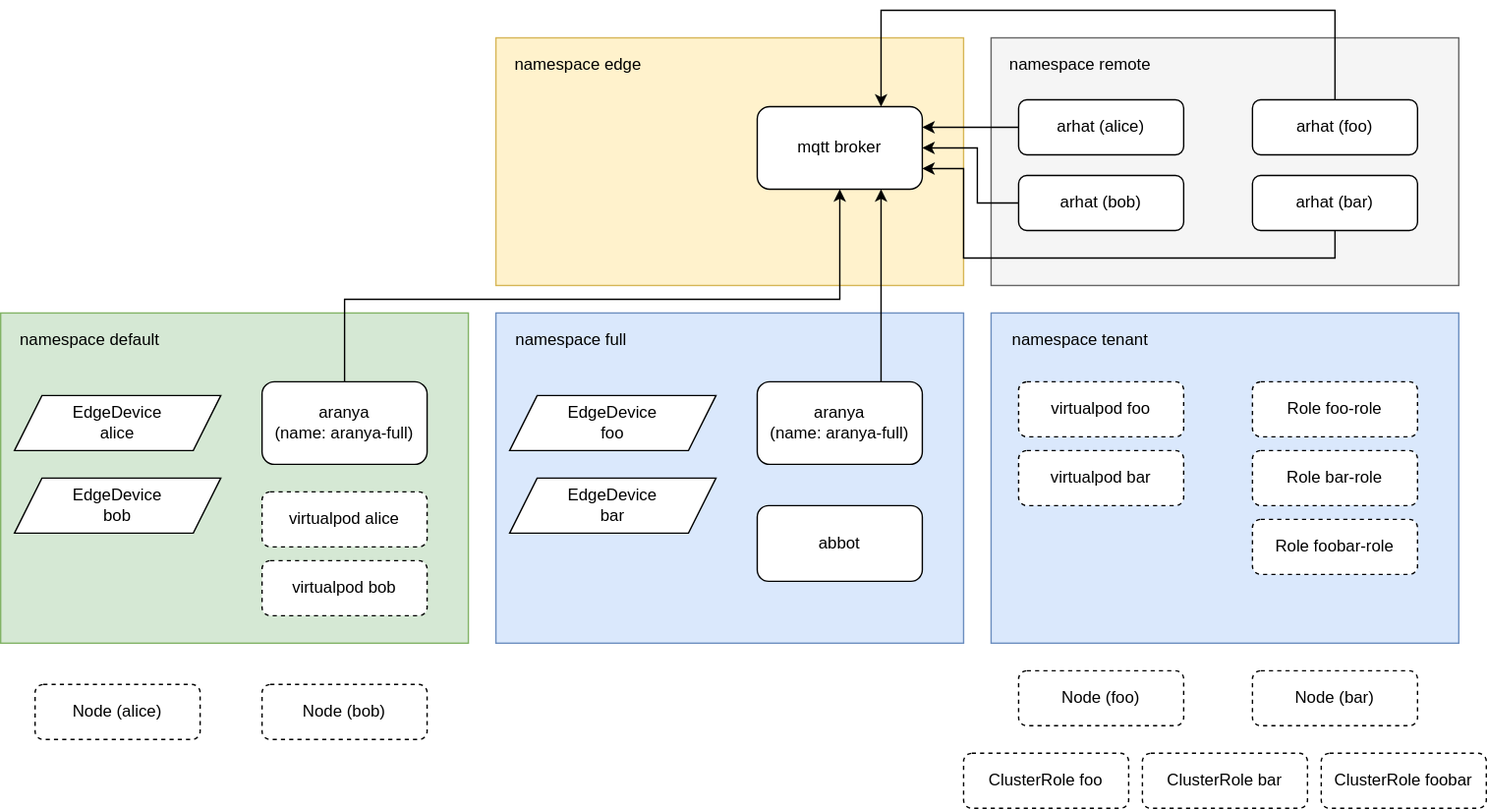
arhat-dev/aranya keeps this draw.io diagram as docs/images/e2e-setup.svg. Above is the earlier version. Source tidied: cells renumbered, new cells last; positions are measured from the earlier drawing's top-left corner, leaving out a move shared by most shapes.
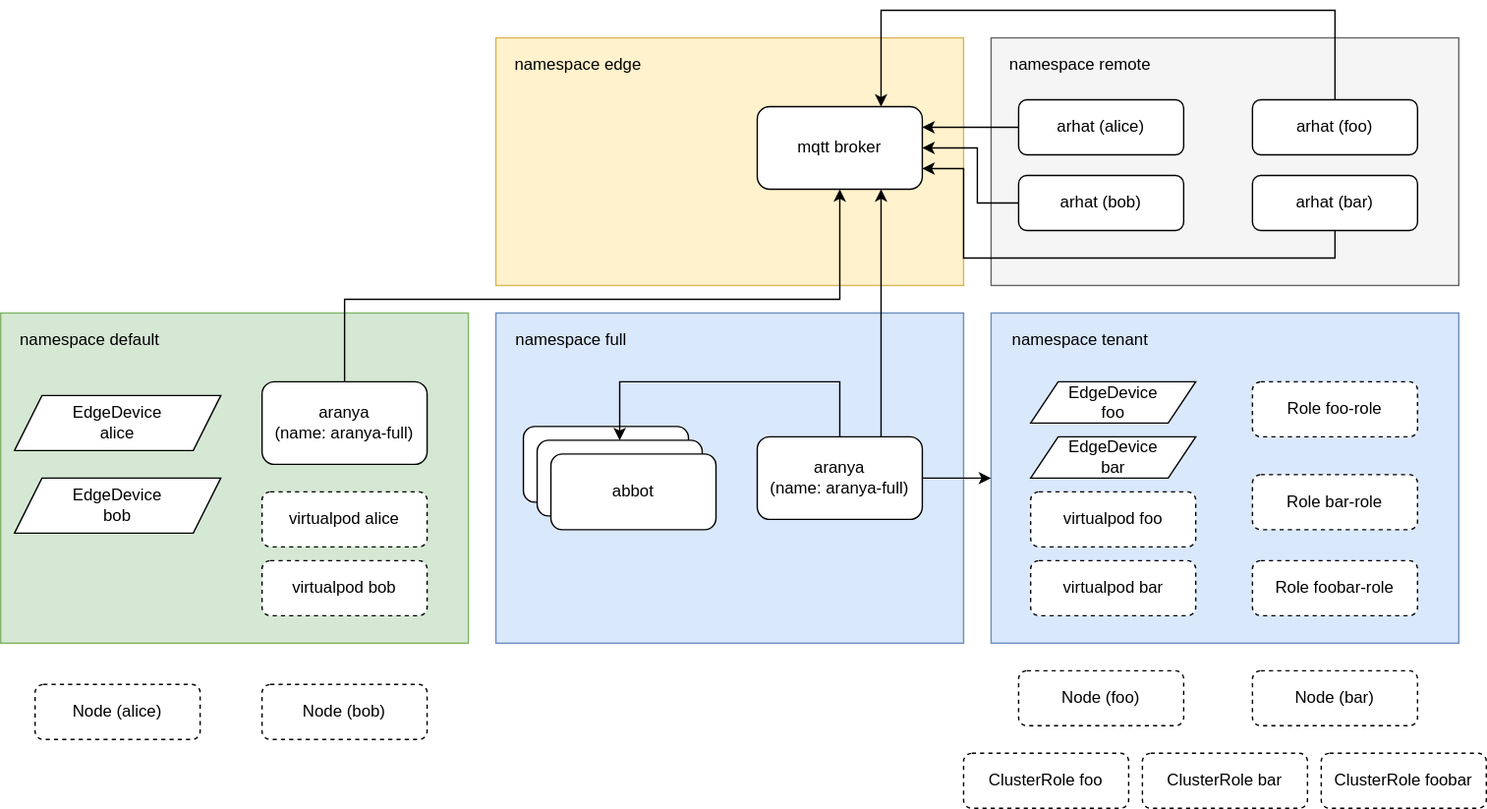
Above is the later version.

Change to the diagram source:
```diff
@@ -2,6 +2,9 @@
   <root>
     <mxCell id="0" />
     <mxCell id="1" parent="0" />
+    <mxCell id="20" style="rounded=0;whiteSpace=wrap;html=1;fillColor=#dae8fc;strokeColor=#6c8ebf;" parent="1" vertex="1">
+      <mxGeometry x="720" y="220" width="340" height="240" as="geometry" />
+    </mxCell>
     <mxCell id="2" style="rounded=0;whiteSpace=wrap;html=1;fillColor=#fff2cc;strokeColor=#d6b656;" parent="1" vertex="1">
       <mxGeometry x="360" y="20" width="340" height="180" as="geometry" />
     </mxCell>
@@ -22,9 +25,6 @@
     <mxCell id="6" value="aranya&lt;br&gt;(name: aranya-full)" style="rounded=1;whiteSpace=wrap;html=1;" parent="1" vertex="1">
       <mxGeometry x="190" y="270" width="120" height="60" as="geometry" />
     </mxCell>
-    <mxCell id="7" value="abbot" style="rounded=1;whiteSpace=wrap;html=1;" parent="1" vertex="1">
-      <mxGeometry x="550" y="360" width="120" height="55" as="geometry" />
-    </mxCell>
     <mxCell id="8" value="EdgeDevice&lt;br&gt;alice" style="shape=parallelogram;perimeter=parallelogramPerimeter;whiteSpace=wrap;html=1;fixedSize=1;" parent="1" vertex="1">
       <mxGeometry x="10" y="280" width="150" height="40" as="geometry" />
     </mxCell>
@@ -42,15 +42,12 @@
         </Array>
       </mxGeometry>
     </mxCell>
+    <mxCell id="44" style="edgeStyle=orthogonalEdgeStyle;rounded=0;jettySize=auto;html=1;entryX=0;entryY=0.5;entryDx=0;entryDy=0;" parent="1" edge="1" source="12" target="20">
+      <mxGeometry relative="1" as="geometry" />
+    </mxCell>
     <mxCell id="12" value="aranya&lt;br&gt;(name: aranya-full)" style="rounded=1;whiteSpace=wrap;html=1;" parent="1" vertex="1">
-      <mxGeometry x="550" y="270" width="120" height="60" as="geometry" />
+      <mxGeometry x="550" y="310" width="120" height="60" as="geometry" />
     </mxCell>
-    <mxCell id="13" value="EdgeDevice&lt;br&gt;foo" style="shape=parallelogram;perimeter=parallelogramPerimeter;whiteSpace=wrap;html=1;fixedSize=1;" parent="1" vertex="1">
-      <mxGeometry x="370" y="280" width="150" height="40" as="geometry" />
-    </mxCell>
-    <mxCell id="14" value="EdgeDevice&lt;br&gt;bar" style="shape=parallelogram;perimeter=parallelogramPerimeter;whiteSpace=wrap;html=1;fixedSize=1;" parent="1" vertex="1">
-      <mxGeometry x="370" y="340" width="150" height="40" as="geometry" />
-    </mxCell>
     <mxCell id="15" value="namespace full" style="text;html=1;strokeColor=none;fillColor=none;align=center;verticalAlign=middle;whiteSpace=wrap;rounded=0;" parent="1" vertex="1">
       <mxGeometry x="370" y="230" width="90" height="20" as="geometry" />
     </mxCell>
@@ -66,17 +63,14 @@
     <mxCell id="19" value="virtualpod bob" style="rounded=1;whiteSpace=wrap;html=1;dashed=1;" parent="1" vertex="1">
       <mxGeometry x="190" y="400" width="120" height="40" as="geometry" />
     </mxCell>
-    <mxCell id="20" style="rounded=0;whiteSpace=wrap;html=1;fillColor=#dae8fc;strokeColor=#6c8ebf;" parent="1" vertex="1">
-      <mxGeometry x="720" y="220" width="340" height="240" as="geometry" />
-    </mxCell>
     <mxCell id="21" value="namespace tenant" style="text;html=1;strokeColor=none;fillColor=none;align=center;verticalAlign=middle;whiteSpace=wrap;rounded=0;" parent="1" vertex="1">
       <mxGeometry x="730" y="230" width="110" height="20" as="geometry" />
     </mxCell>
     <mxCell id="22" value="virtualpod foo" style="rounded=1;whiteSpace=wrap;html=1;dashed=1;" parent="1" vertex="1">
-      <mxGeometry x="740" y="270" width="120" height="40" as="geometry" />
+      <mxGeometry x="748.8" y="350" width="120" height="40" as="geometry" />
     </mxCell>
     <mxCell id="23" value="virtualpod bar" style="rounded=1;whiteSpace=wrap;html=1;dashed=1;" parent="1" vertex="1">
-      <mxGeometry x="740" y="320" width="120" height="40" as="geometry" />
+      <mxGeometry x="748.8" y="400" width="120" height="40" as="geometry" />
     </mxCell>
     <mxCell id="24" style="rounded=0;whiteSpace=wrap;html=1;fillColor=#f5f5f5;strokeColor=#666666;fontColor=#333333;" parent="1" vertex="1">
       <mxGeometry x="720" y="20" width="340" height="180" as="geometry" />
@@ -133,10 +127,10 @@
       <mxGeometry x="910" y="270" width="120" height="40" as="geometry" />
     </mxCell>
     <mxCell id="35" value="Role bar-role" style="rounded=1;whiteSpace=wrap;html=1;dashed=1;" parent="1" vertex="1">
-      <mxGeometry x="910" y="320" width="120" height="40" as="geometry" />
+      <mxGeometry x="910" y="337.5" width="120" height="40" as="geometry" />
     </mxCell>
     <mxCell id="36" value="Role foobar-role" style="rounded=1;whiteSpace=wrap;html=1;dashed=1;" parent="1" vertex="1">
-      <mxGeometry x="910" y="370" width="120" height="40" as="geometry" />
+      <mxGeometry x="910" y="400" width="120" height="40" as="geometry" />
     </mxCell>
     <mxCell id="37" value="Node (alice)" style="rounded=1;whiteSpace=wrap;html=1;dashed=1;" parent="1" vertex="1">
       <mxGeometry x="25" y="490" width="120" height="40" as="geometry" />
@@ -159,5 +153,31 @@
     <mxCell id="43" value="ClusterRole foobar" style="rounded=1;whiteSpace=wrap;html=1;dashed=1;" parent="1" vertex="1">
       <mxGeometry x="960" y="540" width="120" height="40" as="geometry" />
     </mxCell>
+    <mxCell id="13" value="EdgeDevice&lt;br&gt;foo" style="shape=parallelogram;perimeter=parallelogramPerimeter;whiteSpace=wrap;html=1;fixedSize=1;" parent="1" vertex="1">
+      <mxGeometry x="748.8" y="270" width="120" height="30" as="geometry" />
+    </mxCell>
+    <mxCell id="45" style="group;" parent="1" vertex="1">
+      <mxGeometry x="380" y="302.5" width="140" height="75" as="geometry" />
+    </mxCell>
+    <mxCell id="7" value="abbot" style="rounded=1;whiteSpace=wrap;html=1;" parent="45" vertex="1">
+      <mxGeometry width="120" height="55" as="geometry" />
+    </mxCell>
+    <mxCell id="46" value="abbot" style="rounded=1;whiteSpace=wrap;html=1;" parent="45" vertex="1">
+      <mxGeometry x="10" y="10" width="120" height="55" as="geometry" />
+    </mxCell>
+    <mxCell id="47" value="abbot" style="rounded=1;whiteSpace=wrap;html=1;" parent="45" vertex="1">
+      <mxGeometry x="20" y="20" width="120" height="55" as="geometry" />
+    </mxCell>
+    <mxCell id="48" style="edgeStyle=orthogonalEdgeStyle;rounded=0;jettySize=auto;html=1;entryX=0.5;entryY=0;entryDx=0;entryDy=0;" parent="1" edge="1" source="12" target="46">
+      <mxGeometry relative="1" as="geometry">
+        <Array as="points">
+          <mxPoint x="610" y="270" />
+          <mxPoint x="450" y="270" />
+        </Array>
+      </mxGeometry>
+    </mxCell>
+    <mxCell id="14" value="EdgeDevice&lt;br&gt;bar" style="shape=parallelogram;perimeter=parallelogramPerimeter;whiteSpace=wrap;html=1;fixedSize=1;" parent="1" vertex="1">
+      <mxGeometry x="748.8" y="310" width="120" height="30" as="geometry" />
+    </mxCell>
   </root>
 </mxGraphModel>
```
